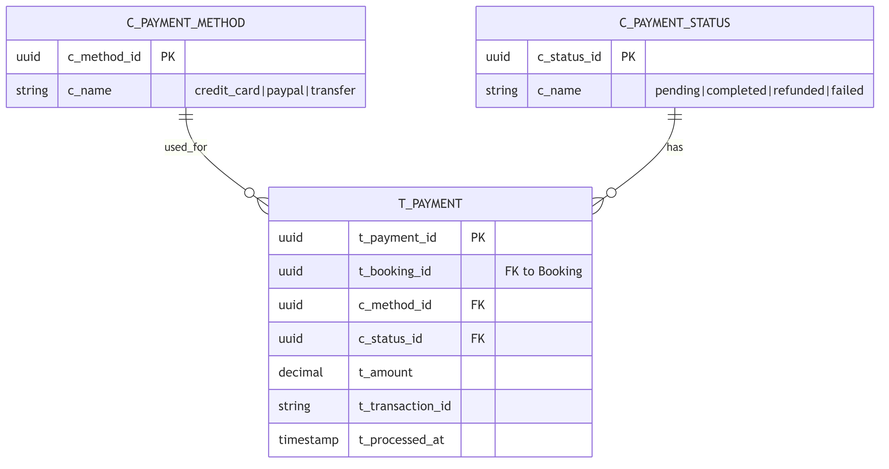
This is documentation/diagrams/database/payment_db.png from up220672/innaly, a Mermaid export, as it was before one commit. Its source is kept beside it as documentation/diagrams/database/payment_db.mmd.
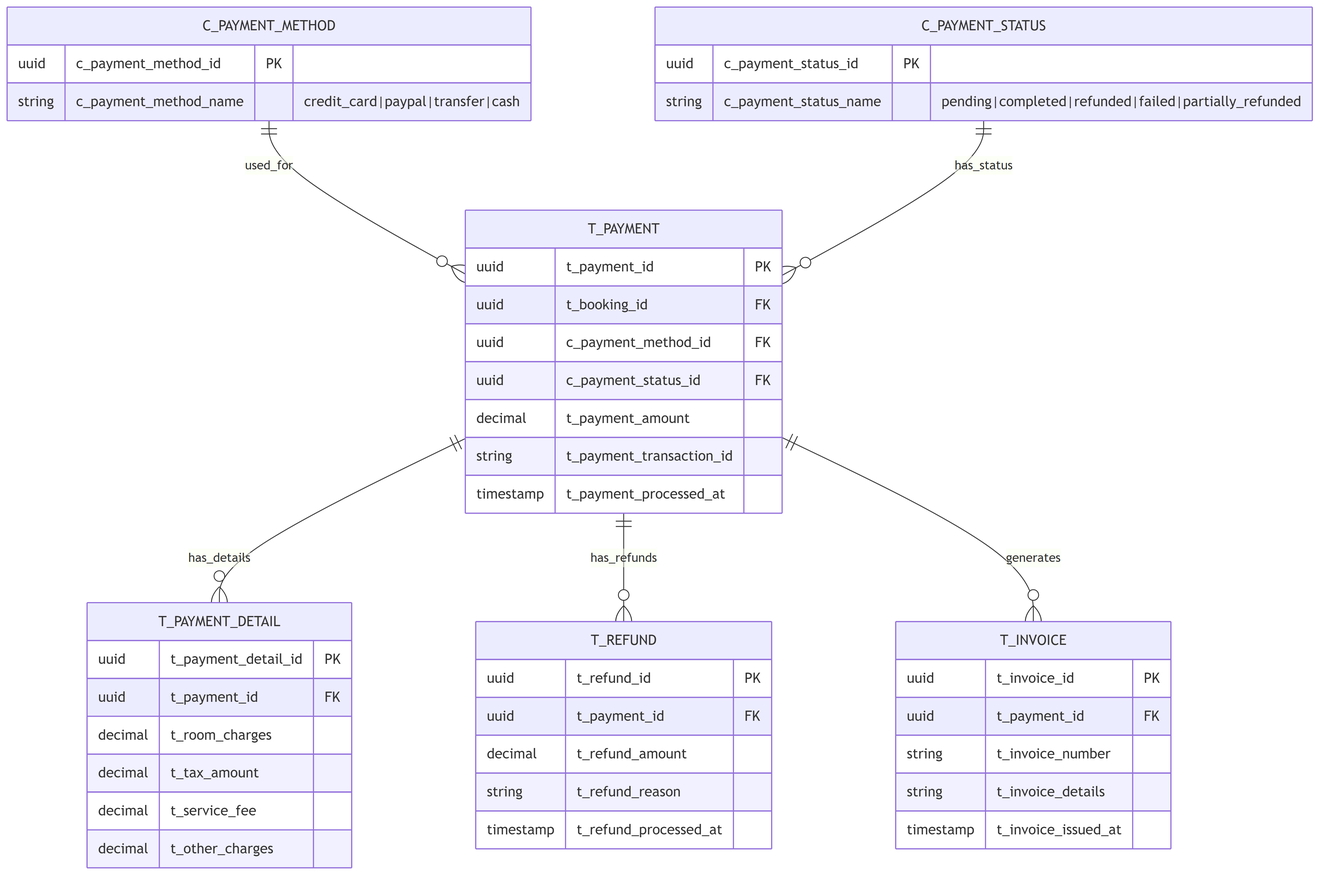
Above is the later version.

Commit message:
fix: update payment database diagram to include additional fields and relationships

Diff of the diagram source:
```diff
@@ -1,23 +1,51 @@
 erDiagram
     C_PAYMENT_METHOD {
-        uuid c_method_id PK
-        string c_name "credit_card|paypal|transfer"
+        uuid c_payment_method_id PK
+        string c_payment_method_name "credit_card|paypal|transfer|cash"
     }
 
     C_PAYMENT_STATUS {
-        uuid c_status_id PK
-        string c_name "pending|completed|refunded|failed"
+        uuid c_payment_status_id PK
+        string c_payment_status_name "pending|completed|refunded|failed|partially_refunded"
     }
 
     T_PAYMENT {
         uuid t_payment_id PK
-        uuid t_booking_id "FK to Booking"
-        uuid c_method_id FK
-        uuid c_status_id FK
-        decimal t_amount
-        string t_transaction_id
-        timestamp t_processed_at
+        uuid t_booking_id FK
+        uuid c_payment_method_id FK
+        uuid c_payment_status_id FK
+        decimal t_payment_amount
+        string t_payment_transaction_id
+        timestamp t_payment_processed_at
+    }
+
+    T_PAYMENT_DETAIL {
+        uuid t_payment_detail_id PK
+        uuid t_payment_id FK
+        decimal t_room_charges
+        decimal t_tax_amount
+        decimal t_service_fee
+        decimal t_other_charges
+    }
+
+    T_REFUND {
+        uuid t_refund_id PK
+        uuid t_payment_id FK
+        decimal t_refund_amount
+        string t_refund_reason
+        timestamp t_refund_processed_at
+    }
+
+    T_INVOICE {
+        uuid t_invoice_id PK
+        uuid t_payment_id FK
+        string t_invoice_number
+        string t_invoice_details
+        timestamp t_invoice_issued_at
     }
 
     C_PAYMENT_METHOD ||--o{ T_PAYMENT : "used_for"
-    C_PAYMENT_STATUS ||--o{ T_PAYMENT : "has"
+    C_PAYMENT_STATUS ||--o{ T_PAYMENT : "has_status"
+    T_PAYMENT ||--o{ T_PAYMENT_DETAIL : "has_details"
+    T_PAYMENT ||--o{ T_REFUND : "has_refunds"
+    T_PAYMENT ||--o{ T_INVOICE : "generates"
```
